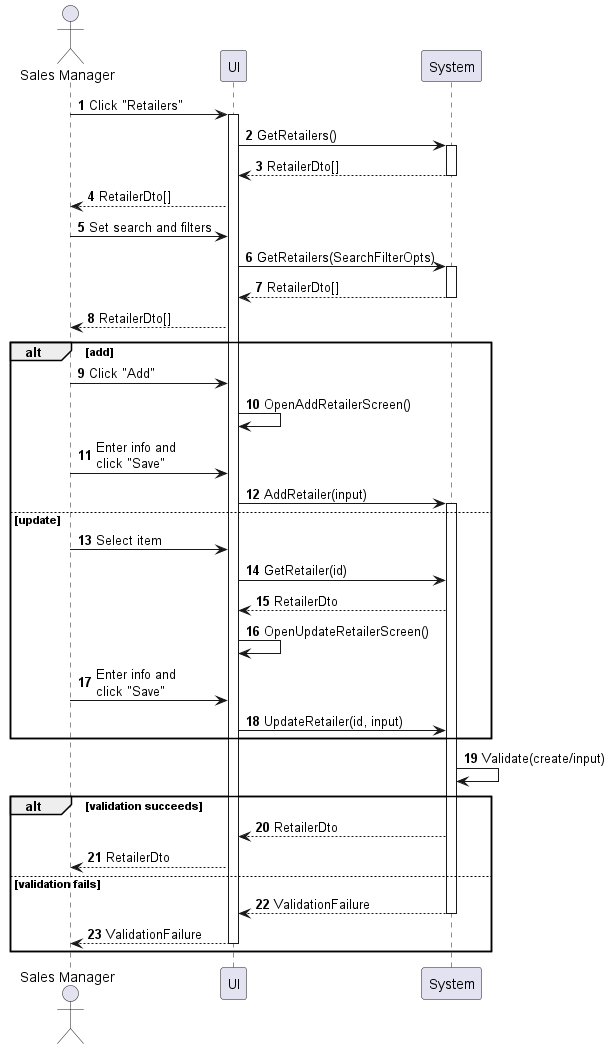
This is sequences/retailer-manage.png from phihungha/scmss-reqs, a PlantUML export, as it was before one commit.
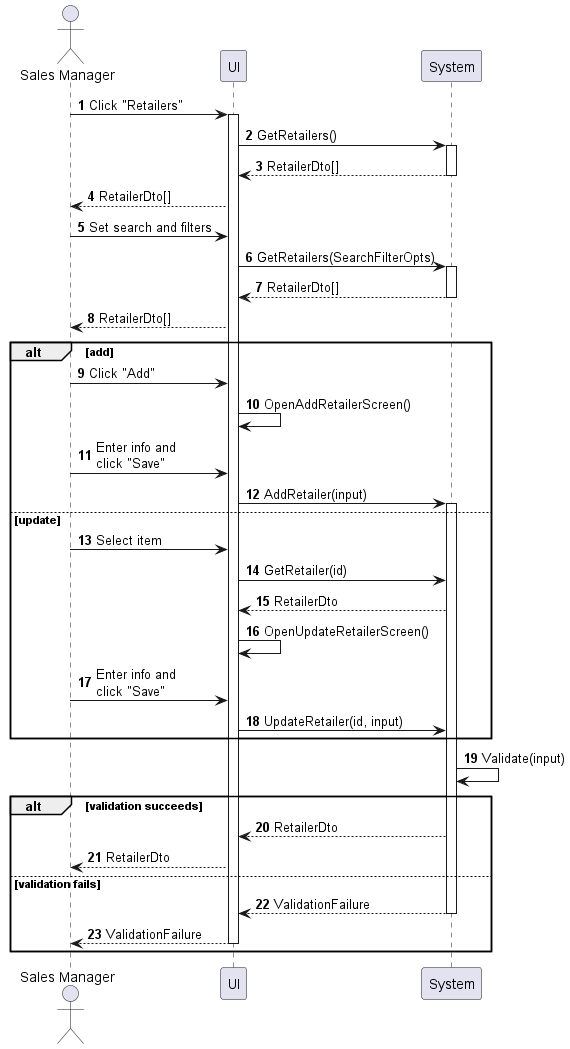
The same file after the commit.

What changed in the source:
```diff
@@ -32,7 +32,7 @@
     f -> b : UpdateRetailer(id, input)
 end
 
-b -> b : Validate(create/input)
+b -> b : Validate(input)
 
 alt validation succeeds
     b --> f : RetailerDto
```
